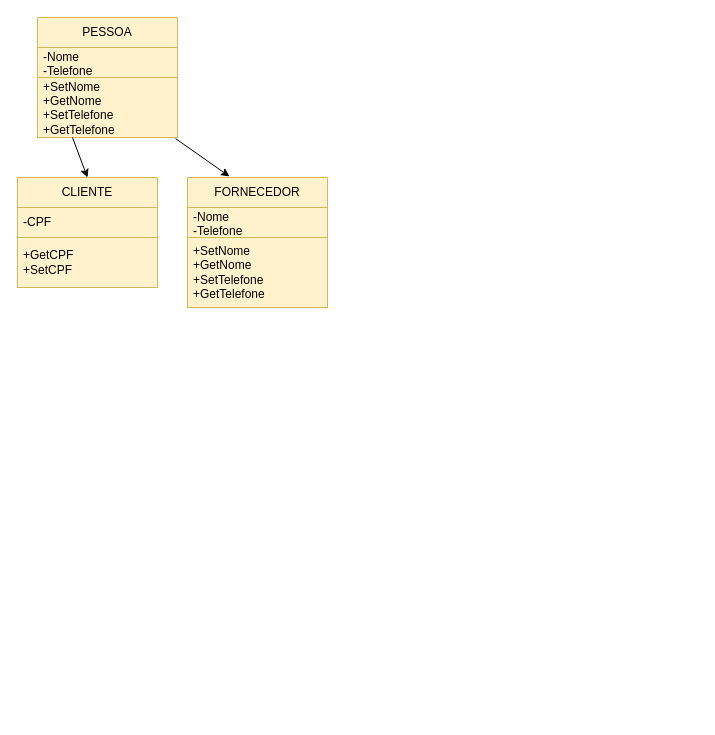
Before: Doc/Classes.drawio in arthurmatheusfr/projeto-novo, a draw.io diagram. Source tidied: cells renumbered, new cells numbered last; positions are measured from the earlier drawing's top-left corner, leaving out a move shared by most shapes. Both pictures are drawn from the tidied source at 100%, with x=0, y=0 at pixel (17, 17).
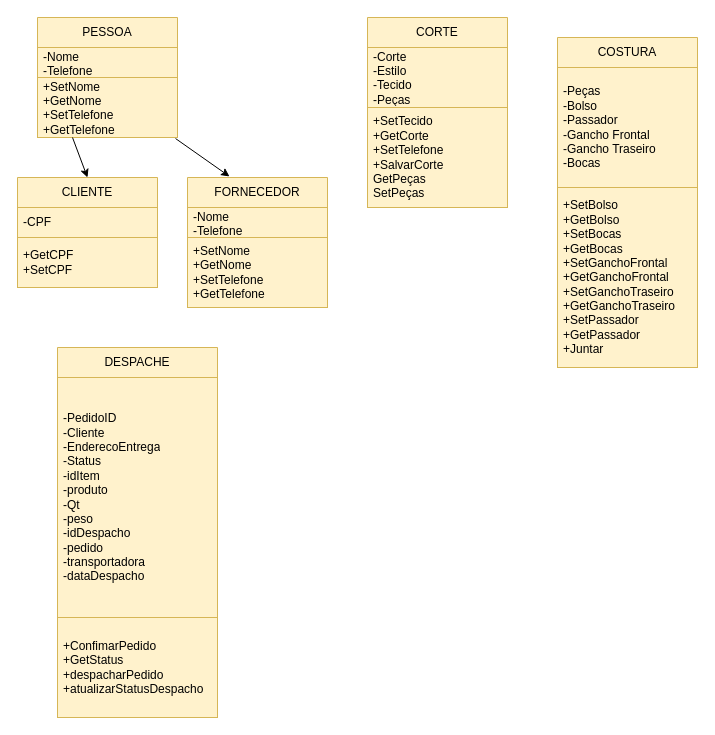
The same diagram, later.

Commit message:
eu não sei

Change to the diagram source:
```diff
@@
+    <mxCell id="13" value="COSTURA" style="swimlane;fontStyle=0;horizontal=1;startSize=30;whiteSpace=wrap;html=1;fillColor=#fff2cc;strokeColor=#d6b656;" parent="1" vertex="1">
+      <mxGeometry x="540" y="20" width="140" height="330" as="geometry" />
+    </mxCell>
+    <mxCell id="14" value="-Peças&lt;div&gt;-Bolso&lt;/div&gt;&lt;div&gt;-Passador&lt;/div&gt;&lt;div&gt;-Gancho Frontal&lt;br&gt;-Gancho Traseiro&lt;/div&gt;&lt;div&gt;-Bocas&lt;/div&gt;" style="text;strokeColor=#d6b656;fillColor=#fff2cc;align=left;verticalAlign=middle;spacingLeft=4;spacingRight=4;overflow=hidden;whiteSpace=wrap;html=1;" parent="13" vertex="1">
+      <mxGeometry y="30" width="140" height="120" as="geometry" />
+    </mxCell>
+    <mxCell id="15" value="+SetBolso&lt;div&gt;+GetBolso&lt;br&gt;&lt;div&gt;+SetBocas&lt;br&gt;+GetBocas&lt;/div&gt;&lt;/div&gt;&lt;div&gt;+SetGanchoFrontal&lt;/div&gt;&lt;div&gt;+GetGanchoFrontal&lt;/div&gt;&lt;div&gt;+SetGanchoTraseiro&lt;/div&gt;&lt;div&gt;+GetGanchoTraseiro&lt;/div&gt;&lt;div&gt;+SetPassador&lt;/div&gt;&lt;div&gt;+GetPassador&lt;/div&gt;&lt;div&gt;+Juntar&lt;/div&gt;" style="text;strokeColor=#d6b656;fillColor=#fff2cc;align=left;verticalAlign=middle;spacingLeft=4;spacingRight=4;overflow=hidden;whiteSpace=wrap;html=1;" parent="13" vertex="1">
+      <mxGeometry y="150" width="140" height="180" as="geometry" />
+    </mxCell>
+    <mxCell id="16" value="CORTE" style="swimlane;fontStyle=0;horizontal=1;startSize=30;whiteSpace=wrap;html=1;fillColor=#fff2cc;strokeColor=#d6b656;" parent="1" vertex="1">
+      <mxGeometry x="350" width="140" height="190" as="geometry" />
+    </mxCell>
+    <mxCell id="17" value="-Corte&lt;div&gt;-Estilo&lt;/div&gt;&lt;div&gt;-Tecido&lt;/div&gt;&lt;div&gt;-Peças&lt;/div&gt;" style="text;strokeColor=#d6b656;fillColor=#fff2cc;align=left;verticalAlign=middle;spacingLeft=4;spacingRight=4;overflow=hidden;whiteSpace=wrap;html=1;" parent="16" vertex="1">
+      <mxGeometry y="30" width="140" height="60" as="geometry" />
+    </mxCell>
+    <mxCell id="18" value="+SetTecido&lt;div&gt;+GetCorte&lt;/div&gt;&lt;div&gt;+SetTelefone&lt;/div&gt;&lt;div&gt;+SalvarCorte&lt;/div&gt;&lt;div&gt;GetPeças&lt;br&gt;SetPeças&lt;/div&gt;" style="text;strokeColor=#d6b656;fillColor=#fff2cc;align=left;verticalAlign=middle;spacingLeft=4;spacingRight=4;overflow=hidden;whiteSpace=wrap;html=1;" parent="16" vertex="1">
+      <mxGeometry y="90" width="140" height="100" as="geometry" />
+    </mxCell>
+    <mxCell id="19" value="DESPACHE" style="swimlane;fontStyle=0;horizontal=1;startSize=30;whiteSpace=wrap;html=1;fillColor=#fff2cc;strokeColor=#d6b656;" parent="1" vertex="1">
+      <mxGeometry x="40" y="330" width="160" height="370" as="geometry" />
+    </mxCell>
+    <mxCell id="20" value="-PedidoID&lt;div&gt;-Cliente&lt;/div&gt;&lt;div&gt;-EnderecoEntrega&lt;/div&gt;&lt;div&gt;-Status&lt;/div&gt;&lt;div&gt;-idItem&lt;/div&gt;&lt;div&gt;-produto&lt;br&gt;-Qt&lt;/div&gt;&lt;div&gt;-peso&lt;br&gt;&lt;/div&gt;&lt;div&gt;-idDespacho&lt;br&gt;-pedido&lt;br&gt;&lt;/div&gt;&lt;div&gt;-transportadora&lt;br&gt;&lt;/div&gt;&lt;div&gt;-dataDespacho&lt;br&gt;&lt;/div&gt;" style="text;strokeColor=#d6b656;fillColor=#fff2cc;align=left;verticalAlign=middle;spacingLeft=4;spacingRight=4;overflow=hidden;whiteSpace=wrap;html=1;" parent="19" vertex="1">
+      <mxGeometry y="30" width="160" height="240" as="geometry" />
+    </mxCell>
+    <mxCell id="21" value="+ConfimarPedido&lt;div&gt;+GetStatus&lt;/div&gt;&lt;div&gt;+despacharPedido&lt;/div&gt;&lt;div&gt;+atualizarStatusDespacho&lt;/div&gt;" style="text;strokeColor=#d6b656;fillColor=#fff2cc;align=left;verticalAlign=middle;spacingLeft=4;spacingRight=4;overflow=hidden;whiteSpace=wrap;html=1;" parent="19" vertex="1">
+      <mxGeometry y="270" width="160" height="100" as="geometry" />
+    </mxCell>
```
